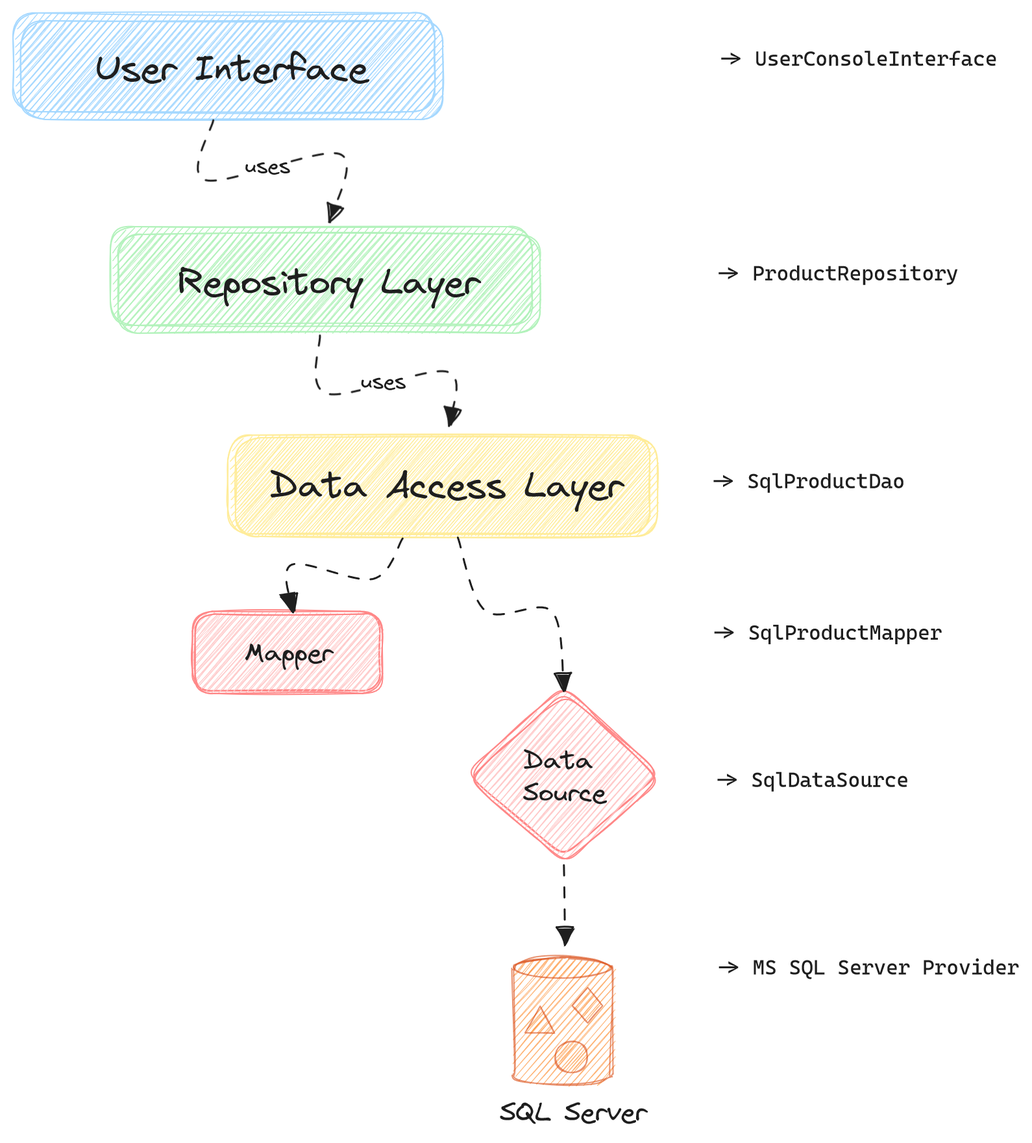
The Excalidraw diagram designs/Excalidraw-ComponentDiagram.png in DotNetBackendTraining/simple-inventory-management-system, before a commit. Source tidied: one line per element, renumbered; positions are measured from the earlier drawing's top-left corner, leaving out a move shared by most shapes.
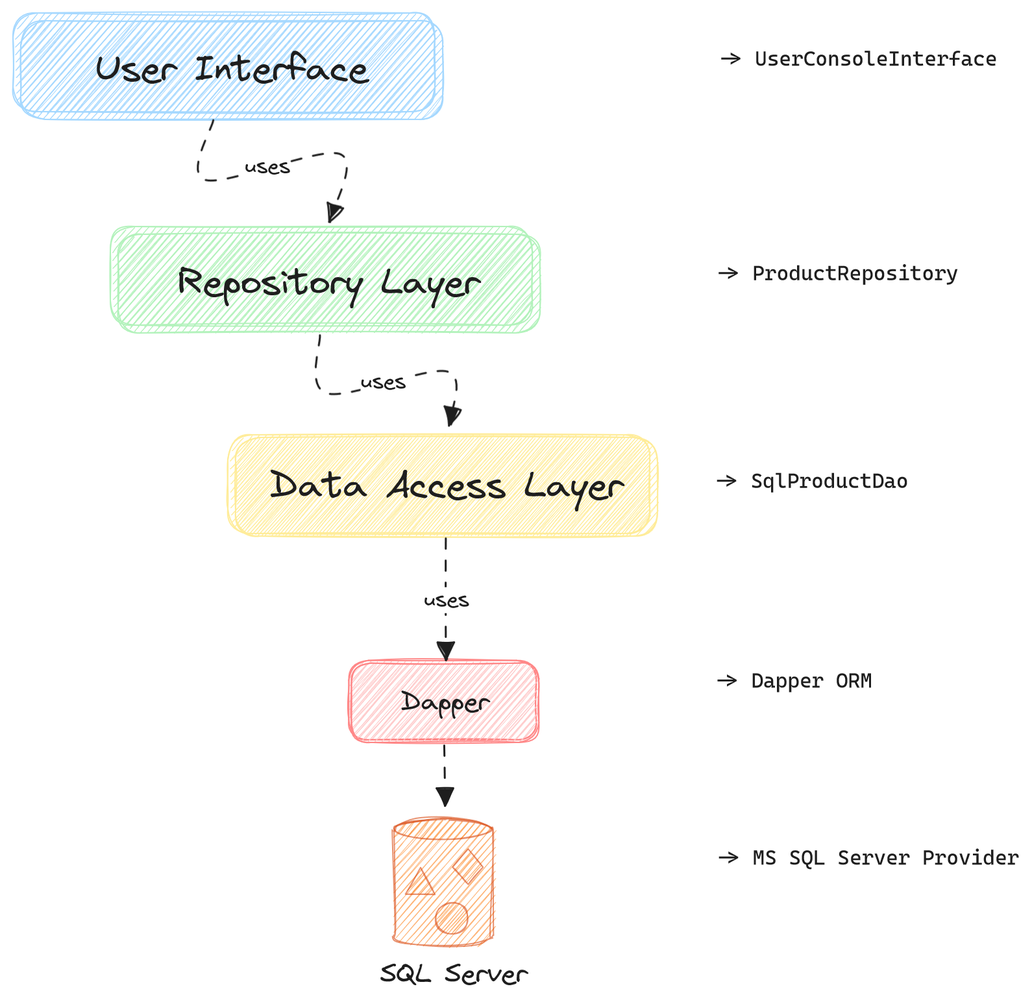
After the commit.

Commit message:
Fix architecture design

The edit, as a diff of the source:
```diff
@@ -11,24 +11,20 @@
 {"id": 10, "type": "text", "text": "User Interface", "strokeColor": "#1e1e1e", "backgroundColor": "#ffec99", "fillStyle": "hachure", "strokeWidth": 1, "roughness": 1, "fontSize": 28, "fontFamily": 1, "textAlign": "center", "verticalAlign": "middle", "inside": 9, "x": 64, "y": 26, "width": 210, "height": 35}
 {"id": 11, "type": "arrow", "strokeColor": "#1e1e1e", "backgroundColor": "#a5d8ff", "fillStyle": "hachure", "strokeWidth": 1, "strokeStyle": "dashed", "roughness": 1, "endArrowhead": "triangle", "round": true, "from": 9, "to": 4, "x": 149, "y": 83, "width": 103, "height": 80, "points": [[0, 0], [-6, 46], [97, 26], [89, 80]]}
 {"id": 12, "type": "text", "text": "uses", "strokeColor": "#1e1e1e", "backgroundColor": "#a5d8ff", "fillStyle": "hachure", "strokeWidth": 1, "strokeStyle": "dashed", "roughness": 1, "fontSize": 16, "fontFamily": 1, "textAlign": "center", "verticalAlign": "middle", "inside": 11, "x": 178, "y": 108, "width": 35, "height": 20}
-{"id": 13, "type": "line", "strokeColor": "#d9480f", "backgroundColor": "#fd7e14", "fillStyle": "hachure", "strokeWidth": 1, "roughness": 1, "opacity": 60, "round": true, "x": 386, "y": 735, "width": 76, "height": 98, "points": [[0, 0], [0, 74], [0, 82], [4, 86], [17, 89], [40, 90], [62, 89], [74, 85], [76, 82], [76, 75], [76, 6], [75, 0], [70, -4], [60, -6], [37, -8], [18, -7], [3, -3], [0, 0], [0, 0]]}
+{"id": 13, "type": "line", "strokeColor": "#d9480f", "backgroundColor": "#fd7e14", "fillStyle": "hachure", "strokeWidth": 1, "roughness": 1, "opacity": 60, "round": true, "x": 294, "y": 629, "width": 76, "height": 98, "points": [[0, 0], [0, 74], [0, 82], [4, 86], [17, 89], [40, 90], [62, 89], [74, 85], [76, 82], [76, 75], [76, 6], [75, 0], [70, -4], [60, -6], [37, -8], [18, -7], [3, -3], [0, 0], [0, 0]]}
-{"id": 14, "type": "ellipse", "strokeColor": "#d9480f", "backgroundColor": "#fd7e14", "fillStyle": "hachure", "strokeWidth": 1, "roughness": 1, "opacity": 60, "x": 386, "y": 727, "width": 75, "height": 15}
+{"id": 14, "type": "ellipse", "strokeColor": "#d9480f", "backgroundColor": "#fd7e14", "fillStyle": "hachure", "strokeWidth": 1, "roughness": 1, "opacity": 60, "x": 294, "y": 621, "width": 75, "height": 15}
-{"id": 15, "type": "diamond", "strokeColor": "#d9480f", "backgroundColor": "#fd7e14", "fillStyle": "hachure", "strokeWidth": 1, "roughness": 1, "opacity": 60, "x": 431, "y": 750, "width": 23, "height": 27}
+{"id": 15, "type": "diamond", "strokeColor": "#d9480f", "backgroundColor": "#fd7e14", "fillStyle": "hachure", "strokeWidth": 1, "roughness": 1, "opacity": 60, "x": 339, "y": 644, "width": 23, "height": 27}
-{"id": 16, "type": "ellipse", "strokeColor": "#d9480f", "backgroundColor": "#fd7e14", "fillStyle": "hachure", "strokeWidth": 1, "roughness": 1, "opacity": 60, "x": 418, "y": 792, "width": 25, "height": 24}
+{"id": 16, "type": "ellipse", "strokeColor": "#d9480f", "backgroundColor": "#fd7e14", "fillStyle": "hachure", "strokeWidth": 1, "roughness": 1, "opacity": 60, "x": 326, "y": 686, "width": 25, "height": 24}
-{"id": 17, "type": "line", "strokeColor": "#d9480f", "backgroundColor": "#fd7e14", "fillStyle": "hachure", "strokeWidth": 1, "roughness": 1, "opacity": 60, "x": 406, "y": 765, "width": 23, "height": 21, "points": [[0, 0], [11, 21], [-12, 21], [0, 0]]}
+{"id": 17, "type": "line", "strokeColor": "#d9480f", "backgroundColor": "#fd7e14", "fillStyle": "hachure", "strokeWidth": 1, "roughness": 1, "opacity": 60, "x": 314, "y": 658, "width": 23, "height": 21, "points": [[0, 0], [11, 21], [-12, 21], [0, 0]]}
-{"id": 18, "type": "text", "text": "SQL Server", "strokeColor": "#1e1e1e", "backgroundColor": "#a5d8ff", "fillStyle": "hachure", "strokeWidth": 1, "strokeStyle": "dashed", "roughness": 1, "fontSize": 20.61, "fontFamily": 1, "x": 375, "y": 834, "width": 113, "height": 26}
+{"id": 18, "type": "text", "text": "SQL Server", "strokeColor": "#1e1e1e", "backgroundColor": "#a5d8ff", "fillStyle": "hachure", "strokeWidth": 1, "strokeStyle": "dashed", "roughness": 1, "fontSize": 20.61, "fontFamily": 1, "x": 283, "y": 728, "width": 113, "height": 26}
-{"id": 19, "type": "arrow", "strokeColor": "#1e1e1e", "backgroundColor": "#a5d8ff", "fillStyle": "hachure", "strokeWidth": 1, "strokeStyle": "dashed", "roughness": 1, "endArrowhead": "triangle", "round": true, "from": 25, "to": 14, "x": 424, "y": 655, "width": 2, "height": 62, "points": [[0, 0], [2, 62]]}
+{"id": 19, "type": "arrow", "strokeColor": "#1e1e1e", "backgroundColor": "#a5d8ff", "fillStyle": "hachure", "strokeWidth": 1, "strokeStyle": "dashed", "roughness": 1, "endArrowhead": "triangle", "round": true, "from": 28, "to": 14, "x": 332, "y": 564, "width": 1, "height": 47, "points": [[0, 0], [1, 47]]}
 {"id": 20, "type": "text", "text": "-> UserConsoleInterface", "strokeColor": "#1e1e1e", "backgroundColor": "#a5d8ff", "fillStyle": "hachure", "strokeWidth": 1, "strokeStyle": "dashed", "roughness": 1, "fontSize": 16, "fontFamily": 3, "x": 544, "y": 25, "width": 216, "height": 19}
 {"id": 21, "type": "text", "text": "-> ProductRepository", "strokeColor": "#1e1e1e", "backgroundColor": "#a5d8ff", "fillStyle": "hachure", "strokeWidth": 1, "strokeStyle": "dashed", "roughness": 1, "fontSize": 16, "fontFamily": 3, "x": 542, "y": 190, "width": 188, "height": 19}
-{"id": 22, "type": "text", "text": "-> SqlProductDao", "strokeColor": "#1e1e1e", "backgroundColor": "#a5d8ff", "fillStyle": "hachure", "strokeWidth": 1, "strokeStyle": "dashed", "roughness": 1, "fontSize": 16, "fontFamily": 3, "x": 538, "y": 350, "width": 149, "height": 19}
+{"id": 22, "type": "text", "text": "-> SqlProductDao", "strokeColor": "#1e1e1e", "backgroundColor": "#a5d8ff", "fillStyle": "hachure", "strokeWidth": 1, "strokeStyle": "dashed", "roughness": 1, "fontSize": 16, "fontFamily": 3, "x": 540, "y": 350, "width": 149, "height": 19}
-{"id": 23, "type": "text", "text": "-> MS SQL Server Provider", "strokeColor": "#1e1e1e", "backgroundColor": "#a5d8ff", "fillStyle": "hachure", "strokeWidth": 1, "strokeStyle": "dashed", "roughness": 1, "fontSize": 16, "fontFamily": 3, "x": 542, "y": 725, "width": 233, "height": 19}
+{"id": 23, "type": "text", "text": "-> MS SQL Server Provider", "strokeColor": "#1e1e1e", "backgroundColor": "#a5d8ff", "fillStyle": "hachure", "strokeWidth": 1, "strokeStyle": "dashed", "roughness": 1, "fontSize": 16, "fontFamily": 3, "x": 542, "y": 641, "width": 233, "height": 19}
-{"id": 24, "type": "diamond", "strokeColor": "#ff8787", "backgroundColor": "#ffc9c9", "fillStyle": "hachure", "strokeWidth": 1, "roughness": 1, "round": true, "x": 349, "y": 518, "width": 149, "height": 132}
-{"id": 25, "type": "diamond", "strokeColor": "#ff8787", "backgroundColor": "#ffc9c9", "fillStyle": "hachure", "strokeWidth": 1, "roughness": 1, "round": true, "x": 350, "y": 523, "width": 149, "height": 132}
-{"id": 26, "type": "text", "text": "Data \nSource", "strokeColor": "#1e1e1e", "backgroundColor": "#ffc9c9", "fillStyle": "hachure", "strokeWidth": 1, "roughness": 1, "fontSize": 20, "fontFamily": 1, "textAlign": "center", "verticalAlign": "middle", "inside": 25, "x": 393, "y": 564, "width": 64, "height": 50}
-{"id": 27, "type": "rectangle", "strokeColor": "#ff8787", "backgroundColor": "#ffc9c9", "fillStyle": "hachure", "strokeWidth": 1, "roughness": 1, "round": true, "x": 138, "y": 461, "width": 144, "height": 61}
+{"id": 27, "type": "rectangle", "strokeColor": "#ff8787", "backgroundColor": "#ffc9c9", "fillStyle": "hachure", "strokeWidth": 1, "roughness": 1, "round": true, "x": 259, "y": 499, "width": 144, "height": 61}
-{"id": 28, "type": "rectangle", "strokeColor": "#ff8787", "backgroundColor": "#ffc9c9", "fillStyle": "hachure", "strokeWidth": 1, "roughness": 1, "round": true, "x": 140, "y": 463, "width": 144, "height": 61}
+{"id": 28, "type": "rectangle", "strokeColor": "#ff8787", "backgroundColor": "#ffc9c9", "fillStyle": "hachure", "strokeWidth": 1, "roughness": 1, "round": true, "x": 261, "y": 501, "width": 144, "height": 61}
-{"id": 29, "type": "text", "text": "Mapper", "strokeColor": "#1e1e1e", "backgroundColor": "#ffc9c9", "fillStyle": "hachure", "strokeWidth": 1, "roughness": 1, "fontSize": 20, "fontFamily": 1, "textAlign": "center", "verticalAlign": "middle", "inside": 28, "x": 179, "y": 481, "width": 68, "height": 25}
+{"id": 29, "type": "text", "text": "Dapper", "strokeColor": "#1e1e1e", "backgroundColor": "#ffc9c9", "fillStyle": "hachure", "strokeWidth": 1, "roughness": 1, "fontSize": 20, "fontFamily": 1, "textAlign": "center", "verticalAlign": "middle", "round": true, "inside": 28, "x": 299, "y": 519, "width": 68, "height": 25}
-{"id": 30, "type": "text", "text": "-> SqlDataSource", "strokeColor": "#1e1e1e", "backgroundColor": "#a5d8ff", "fillStyle": "hachure", "strokeWidth": 1, "strokeStyle": "dashed", "roughness": 1, "fontSize": 16, "fontFamily": 3, "x": 541, "y": 580, "width": 149, "height": 19}
+{"id": 30, "type": "text", "text": "-> Dapper ORM", "strokeColor": "#1e1e1e", "backgroundColor": "#a5d8ff", "fillStyle": "hachure", "strokeWidth": 1, "strokeStyle": "dashed", "roughness": 1, "fontSize": 16, "fontFamily": 3, "x": 541, "y": 504, "width": 121, "height": 19}
-{"id": 31, "type": "arrow", "strokeColor": "#1e1e1e", "backgroundColor": "#ffc9c9", "fillStyle": "hachure", "strokeWidth": 1, "strokeStyle": "dashed", "roughness": 1, "endArrowhead": "triangle", "round": true, "from": 1, "to": 28, "x": 300, "y": 404, "width": 85, "height": 57, "points": [[0, 0], [-23, 32], [-85, 20], [-85, 57]]}
-{"id": 32, "type": "arrow", "strokeColor": "#1e1e1e", "backgroundColor": "#ffc9c9", "fillStyle": "hachure", "strokeWidth": 1, "strokeStyle": "dashed", "roughness": 1, "endArrowhead": "triangle", "round": true, "from": 1, "to": 25, "x": 342, "y": 404, "width": 82, "height": 118, "points": [[0, 0], [21, 56], [73, 57], [82, 118]]}
-{"id": 33, "type": "text", "text": "-> SqlProductMapper", "strokeColor": "#1e1e1e", "backgroundColor": "#a5d8ff", "fillStyle": "hachure", "strokeWidth": 1, "strokeStyle": "dashed", "roughness": 1, "fontSize": 16, "fontFamily": 3, "x": 538, "y": 467, "width": 177, "height": 19}
+{"id": 34, "type": "arrow", "strokeColor": "#1e1e1e", "backgroundColor": "#ffc9c9", "fillStyle": "hachure", "strokeWidth": 1, "strokeStyle": "dashed", "roughness": 1, "endArrowhead": "triangle", "round": true, "from": 1, "to": 28, "x": 334, "y": 405, "width": 0, "height": 95, "points": [[0, 0], [0, 95]]}
+{"id": 35, "type": "text", "text": "uses", "strokeColor": "#1e1e1e", "backgroundColor": "#ffc9c9", "fillStyle": "hachure", "strokeWidth": 1, "strokeStyle": "dashed", "roughness": 1, "fontSize": 16, "fontFamily": 1, "textAlign": "center", "verticalAlign": "middle", "inside": 34, "x": 316, "y": 428, "width": 35, "height": 20}
```
